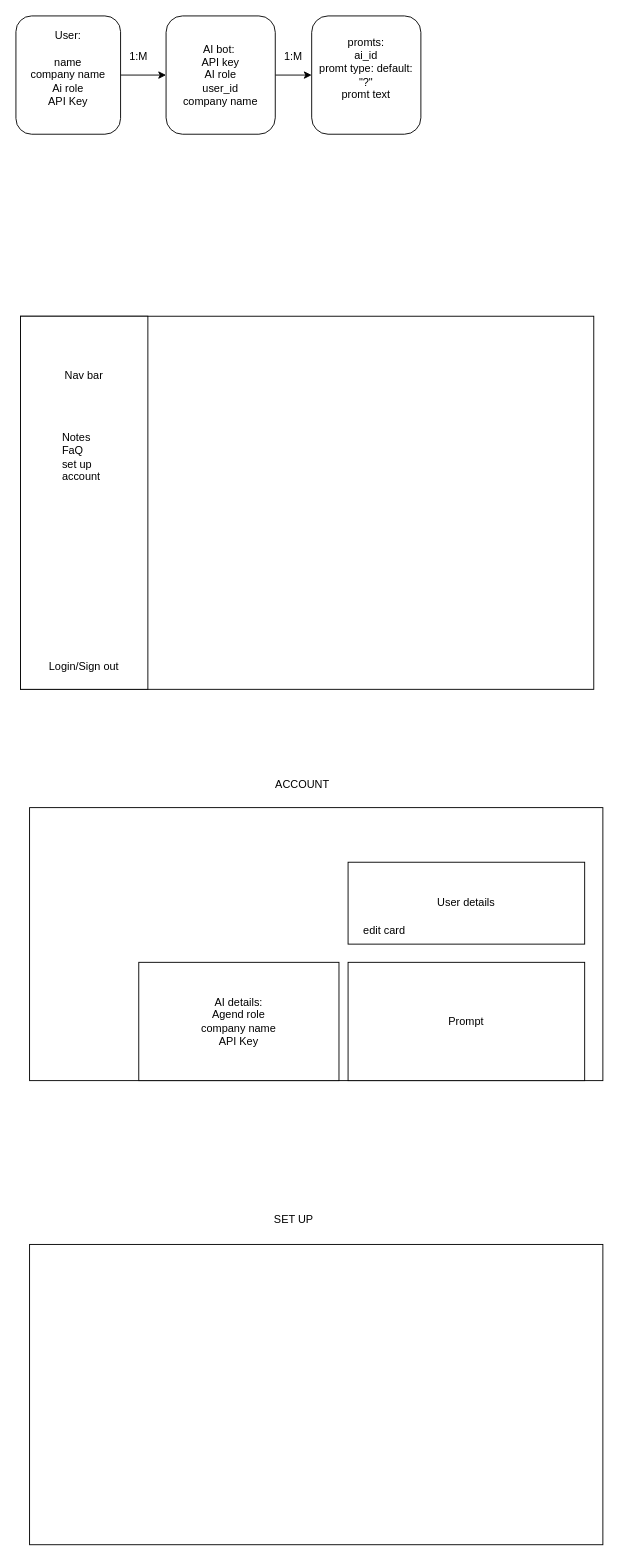
The draw.io diagram UI.drawio in bennysuf/AIssist, before the edit. Source tidied: cells renumbered, new cells numbered last; positions are measured from the earlier drawing's top-left corner, leaving out a move shared by most shapes. Both pictures are drawn from the tidied source at 91%, with x=0, y=0 at pixel (15, 15).
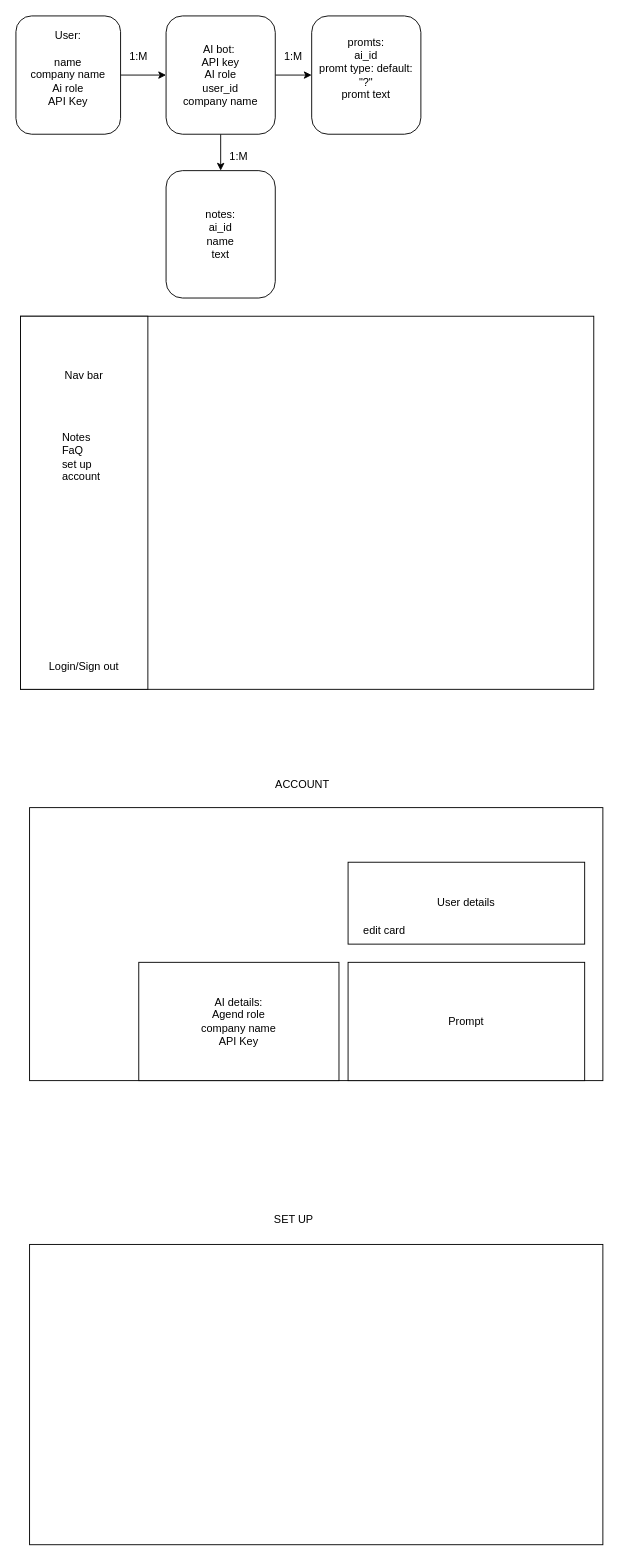
The same page after the edit.

Unchanged cells that the change refers to:
```xml
<mxCell id="22" value="AI bot:&amp;nbsp;&lt;br&gt;API key&lt;br&gt;AI role&lt;br&gt;user_id&lt;br&gt;company name" style="rounded=1;whiteSpace=wrap;html=1;" parent="1" vertex="1">
  <mxGeometry x="165" width="120" height="130" as="geometry" />
</mxCell>
```

Diff of the diagram source:
```diff
@@
+    <mxCell id="26" style="edgeStyle=none;html=1;exitX=0.5;exitY=1;exitDx=0;exitDy=0;" parent="1" edge="1" source="22" target="27">
+      <mxGeometry relative="1" as="geometry" />
+    </mxCell>
@@
+    <mxCell id="27" value="notes:&lt;br&gt;ai_id&lt;br&gt;name&lt;br&gt;text" style="rounded=1;whiteSpace=wrap;html=1;" parent="1" vertex="1">
+      <mxGeometry x="165" y="170" width="120" height="140" as="geometry" />
+    </mxCell>
+    <mxCell id="28" value="1:M" style="text;html=1;align=center;verticalAlign=middle;whiteSpace=wrap;rounded=0;" parent="1" vertex="1">
+      <mxGeometry x="215" y="140" width="60" height="30" as="geometry" />
+    </mxCell>
```
